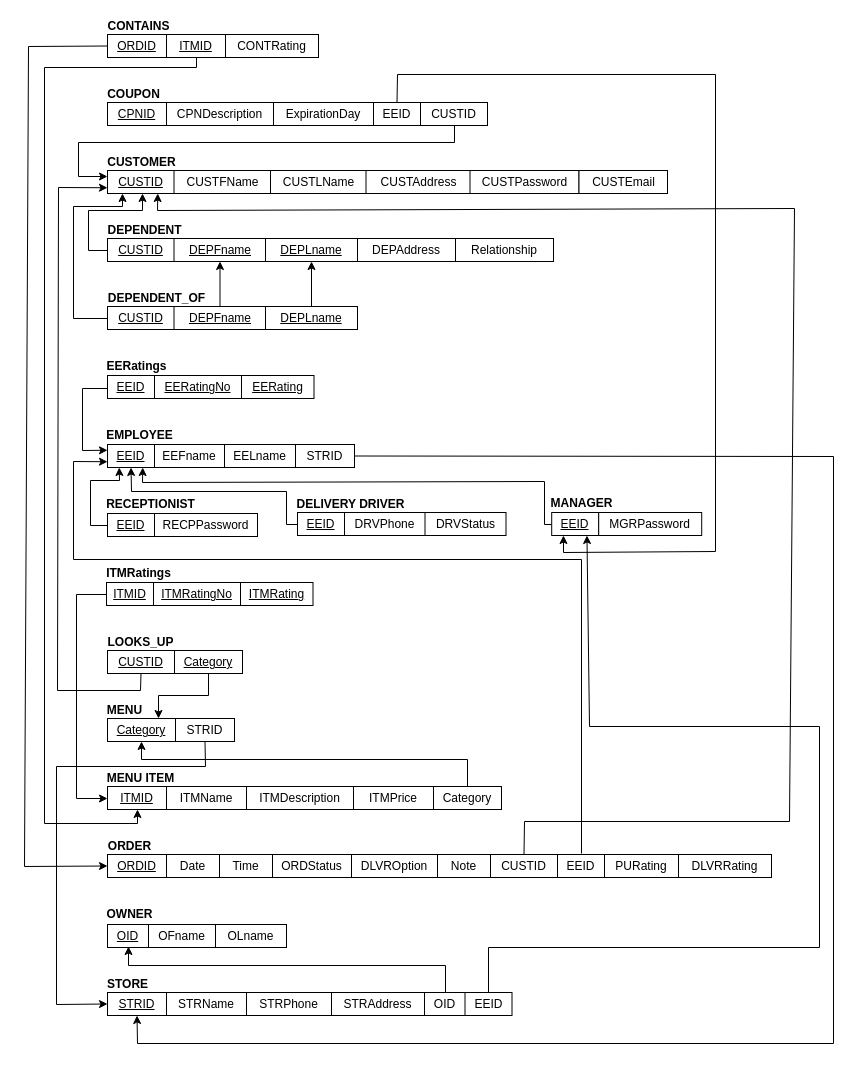
hqiao8/Restaurant-Management-System keeps this draw.io diagram as Relational Diagram.drawio. Above is the earlier version. Source tidied: cells renumbered, new cells numbered last; positions are measured from the earlier drawing's top-left corner, leaving out a move shared by most shapes. Both pictures are drawn from the tidied source at 100%, with x=0, y=0 at pixel (24, 17).
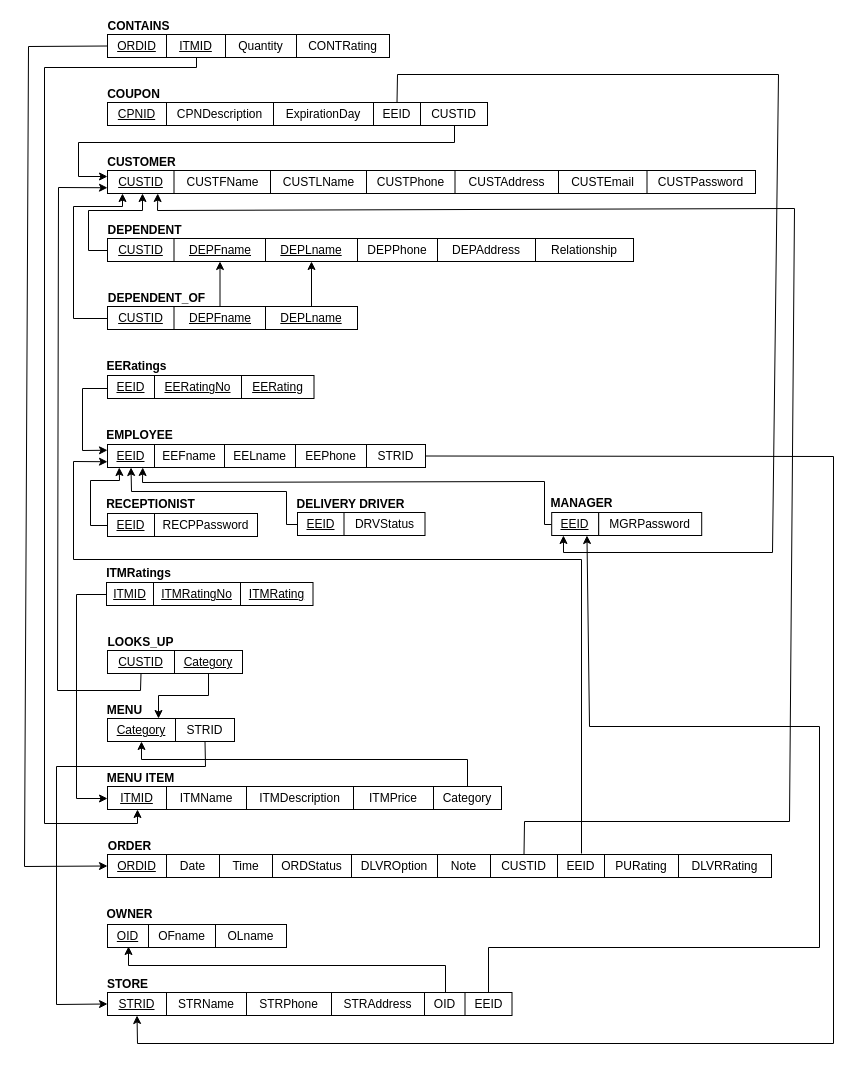
Above is the later version.

Unchanged cells that the change refers to:
```xml
<mxCell id="11" value="&lt;u&gt;STRID&lt;/u&gt;" style="rounded=0;whiteSpace=wrap;html=1;" parent="1" vertex="1">
  <mxGeometry x="83" y="975" width="59" height="23" as="geometry" />
</mxCell>
<mxCell id="45" value="EEID" style="rounded=0;whiteSpace=wrap;html=1;" parent="1" vertex="1">
  <mxGeometry x="349" y="85" width="47" height="23" as="geometry" />
</mxCell>
<mxCell id="83" value="&lt;u&gt;EEID&lt;/u&gt;" style="rounded=0;whiteSpace=wrap;html=1;" parent="1" vertex="1">
  <mxGeometry x="527.2" y="495" width="47" height="23" as="geometry" />
</mxCell>
```

Change to the diagram source:
```diff
@@
     <mxCell id="30" value="CUSTAddress" style="rounded=0;whiteSpace=wrap;html=1;" parent="1" vertex="1">
-      <mxGeometry x="341.5" y="153" width="105" height="23" as="geometry" />
+      <mxGeometry x="429.5" y="153" width="105" height="23" as="geometry" />
     </mxCell>
@@
     <mxCell id="39" value="DEPAddress" style="rounded=0;whiteSpace=wrap;html=1;" parent="1" vertex="1">
-      <mxGeometry x="333" y="221" width="98" height="23" as="geometry" />
+      <mxGeometry x="413" y="221" width="98" height="23" as="geometry" />
     </mxCell>
     <mxCell id="40" value="Relationship" style="rounded=0;whiteSpace=wrap;html=1;" parent="1" vertex="1">
-      <mxGeometry x="431" y="221" width="98" height="23" as="geometry" />
+      <mxGeometry x="511" y="221" width="98" height="23" as="geometry" />
     </mxCell>
     <mxCell id="41" value="STRID" style="rounded=0;whiteSpace=wrap;html=1;" parent="1" vertex="1">
-      <mxGeometry x="271" y="427" width="59" height="23" as="geometry" />
+      <mxGeometry x="342" y="427" width="59" height="23" as="geometry" />
     </mxCell>
@@
     <mxCell id="59" value="CUSTPassword" style="rounded=0;whiteSpace=wrap;html=1;" parent="1" vertex="1">
-      <mxGeometry x="445.5" y="153" width="109" height="23" as="geometry" />
+      <mxGeometry x="622" y="153" width="109" height="23" as="geometry" />
     </mxCell>
     <mxCell id="60" value="CUSTEmail" style="rounded=0;whiteSpace=wrap;html=1;" parent="1" vertex="1">
-      <mxGeometry x="554.5" y="153" width="88.5" height="23" as="geometry" />
+      <mxGeometry x="534" y="153" width="88.5" height="23" as="geometry" />
     </mxCell>
@@
     <mxCell id="64" value="CONTRating" style="rounded=0;whiteSpace=wrap;html=1;" parent="1" vertex="1">
-      <mxGeometry x="201" y="17" width="93" height="23" as="geometry" />
+      <mxGeometry x="272" y="17" width="93" height="23" as="geometry" />
     </mxCell>
@@
-    <mxCell id="81" value="&lt;span&gt;DRVPhone&lt;/span&gt;" style="rounded=0;whiteSpace=wrap;html=1;" parent="1" vertex="1">
-      <mxGeometry x="320" y="495" width="81" height="23" as="geometry" />
-    </mxCell>
     <mxCell id="82" value="&lt;span&gt;DRVStatus&lt;/span&gt;" style="rounded=0;whiteSpace=wrap;html=1;" parent="1" vertex="1">
-      <mxGeometry x="400.5" y="495" width="81" height="23" as="geometry" />
+      <mxGeometry x="319.5" y="495" width="81" height="23" as="geometry" />
     </mxCell>
@@
     <mxCell id="89" style="endArrow=classic;html=1;rounded=0;exitX=0.5;exitY=0;exitDx=0;exitDy=0;entryX=0.25;entryY=1;entryDx=0;entryDy=0;" parent="1" edge="1" source="45" target="83">
       <mxGeometry relative="1" as="geometry">
         <Array as="points">
           <mxPoint x="373" y="57" />
-          <mxPoint x="691" y="57" />
-          <mxPoint x="691" y="534" />
+          <mxPoint x="754" y="57" />
+          <mxPoint x="748" y="535" />
           <mxPoint x="539" y="535" />
         </Array>
       </mxGeometry>
     </mxCell>
@@
-    <mxCell id="106" style="endArrow=classic;html=1;rounded=0;exitX=1;exitY=0.5;exitDx=0;exitDy=0;entryX=0.5;entryY=1;entryDx=0;entryDy=0;" parent="1" edge="1" source="41" target="11">
+    <mxCell id="106" style="endArrow=classic;html=1;rounded=0;entryX=0.5;entryY=1;entryDx=0;entryDy=0;exitX=1;exitY=0.5;exitDx=0;exitDy=0;" parent="1" edge="1" source="41" target="11">
       <mxGeometry relative="1" as="geometry">
         <Array as="points">
           <mxPoint x="809" y="439" />
           <mxPoint x="809" y="1026" />
           <mxPoint x="113" y="1026" />
         </Array>
       </mxGeometry>
     </mxCell>
@@
+    <mxCell id="108" value="&lt;span&gt;EEPhone&lt;/span&gt;" style="rounded=0;whiteSpace=wrap;html=1;" parent="1" vertex="1">
+      <mxGeometry x="271" y="427" width="71" height="23" as="geometry" />
+    </mxCell>
+    <mxCell id="109" value="CUSTPhone" style="rounded=0;whiteSpace=wrap;html=1;" parent="1" vertex="1">
+      <mxGeometry x="342" y="153" width="88.5" height="23" as="geometry" />
+    </mxCell>
+    <mxCell id="110" value="DEPPhone" style="rounded=0;whiteSpace=wrap;html=1;" parent="1" vertex="1">
+      <mxGeometry x="333" y="221" width="80" height="23" as="geometry" />
+    </mxCell>
+    <mxCell id="111" value="Quantity" style="rounded=0;whiteSpace=wrap;html=1;" parent="1" vertex="1">
+      <mxGeometry x="201" y="17" width="71" height="23" as="geometry" />
+    </mxCell>
```
